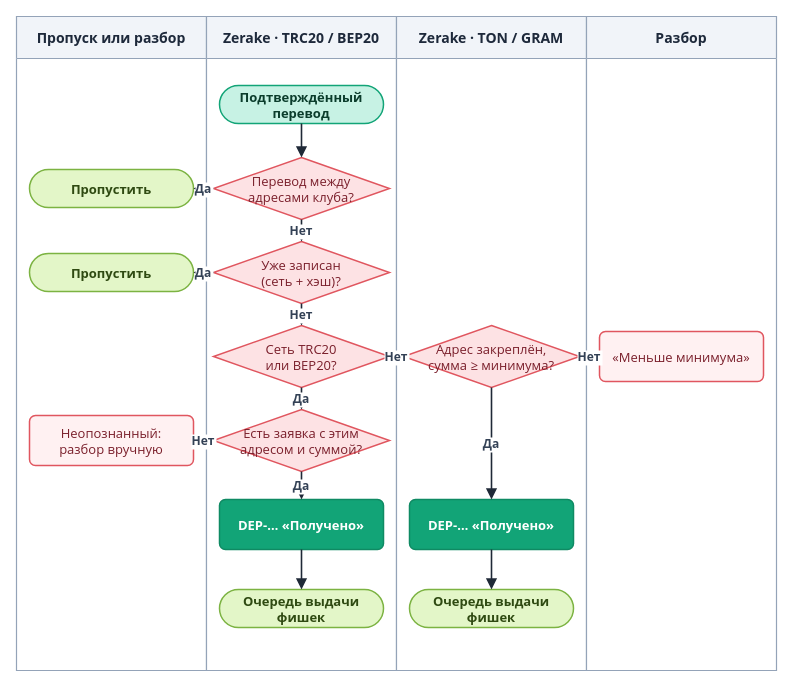
This is diagrams/drawio/detection.drawio from LILSUFFER/zerake-docs, a draw.io file, before an edit. Source tidied: cells renumbered, new cells numbered last; positions are measured from the earlier drawing's top-left corner, leaving out a move shared by most shapes. Both pictures are drawn from the tidied source at 100%, with x=0, y=0 at pixel (16, 16).
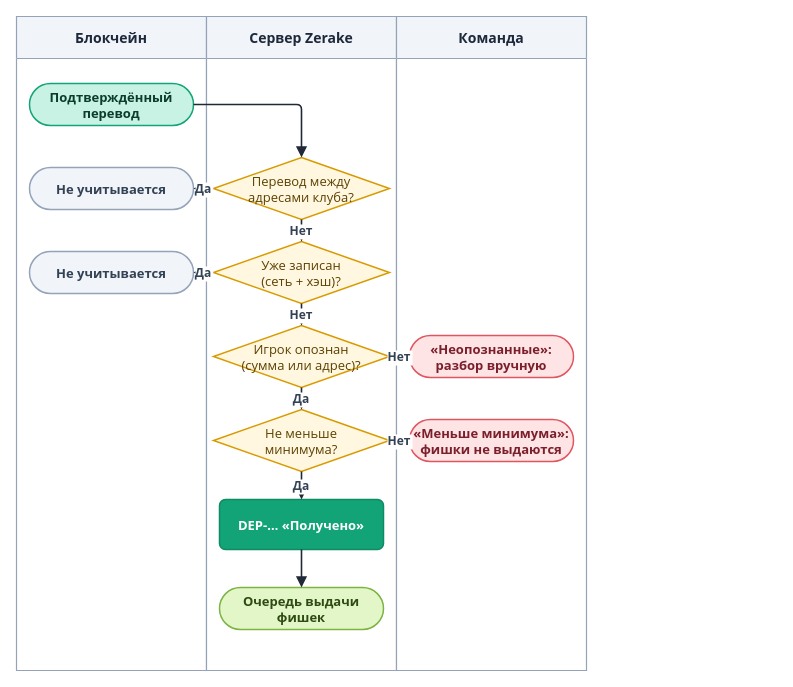
The same page after the edit.

The change refers to these unchanged cells:
```xml
<mxCell id="16" value="DEP-… «Получено»" style="rounded=1;arcSize=12;html=0;fillColor=#12A477;strokeColor=#0F8A63;fontColor=#FFFFFF;fontStyle=1;fontFamily=Segoe UI;fontSize=13;strokeWidth=1.5;" parent="1" vertex="1">
  <mxGeometry x="203" y="483" width="164" height="50" as="geometry" />
</mxCell>
```

Change to the diagram source:
```diff
@@
-    <mxCell id="2" value="Пропуск или разбор" style="swimlane;horizontal=1;startSize=42;fillColor=#F1F4F9;swimlaneFillColor=#FFFFFF;strokeColor=#94A3B8;fontColor=#1E293B;fontStyle=1;fontSize=14;fontFamily=Segoe UI;strokeWidth=1.2;" parent="1" vertex="1">
+    <mxCell id="2" value="Блокчейн" style="swimlane;horizontal=1;startSize=42;fillColor=#F1F4F9;swimlaneFillColor=#FFFFFF;strokeColor=#94A3B8;fontColor=#1E293B;fontStyle=1;fontSize=14;fontFamily=Segoe UI;strokeWidth=1.2;" parent="1" vertex="1">
       <mxGeometry width="190" height="654" as="geometry" />
     </mxCell>
-    <mxCell id="3" value="Zerake · TRC20 / BEP20" style="swimlane;horizontal=1;startSize=42;fillColor=#F1F4F9;swimlaneFillColor=#FFFFFF;strokeColor=#94A3B8;fontColor=#1E293B;fontStyle=1;fontSize=14;fontFamily=Segoe UI;strokeWidth=1.2;" parent="1" vertex="1">
+    <mxCell id="3" value="Сервер Zerake" style="swimlane;horizontal=1;startSize=42;fillColor=#F1F4F9;swimlaneFillColor=#FFFFFF;strokeColor=#94A3B8;fontColor=#1E293B;fontStyle=1;fontSize=14;fontFamily=Segoe UI;strokeWidth=1.2;" parent="1" vertex="1">
       <mxGeometry x="190" width="190" height="654" as="geometry" />
     </mxCell>
-    <mxCell id="4" value="Zerake · TON / GRAM" style="swimlane;horizontal=1;startSize=42;fillColor=#F1F4F9;swimlaneFillColor=#FFFFFF;strokeColor=#94A3B8;fontColor=#1E293B;fontStyle=1;fontSize=14;fontFamily=Segoe UI;strokeWidth=1.2;" parent="1" vertex="1">
+    <mxCell id="4" value="Команда" style="swimlane;horizontal=1;startSize=42;fillColor=#F1F4F9;swimlaneFillColor=#FFFFFF;strokeColor=#94A3B8;fontColor=#1E293B;fontStyle=1;fontSize=14;fontFamily=Segoe UI;strokeWidth=1.2;" parent="1" vertex="1">
       <mxGeometry x="380" width="190" height="654" as="geometry" />
     </mxCell>
-    <mxCell id="5" value="Разбор" style="swimlane;horizontal=1;startSize=42;fillColor=#F1F4F9;swimlaneFillColor=#FFFFFF;strokeColor=#94A3B8;fontColor=#1E293B;fontStyle=1;fontSize=14;fontFamily=Segoe UI;strokeWidth=1.2;" parent="1" vertex="1">
-      <mxGeometry x="570" width="190" height="654" as="geometry" />
-    </mxCell>
-    <mxCell id="6" value="Подтверждённый&#10;перевод" style="rounded=1;arcSize=50;html=0;fillColor=#C7F2E4;strokeColor=#12A477;fontColor=#0B3D2C;fontStyle=1;fontFamily=Segoe UI;fontSize=13;strokeWidth=1.5;" parent="1" vertex="1">
-      <mxGeometry x="203" y="69" width="164" height="38" as="geometry" />
+    <mxCell id="6" value="Подтверждённый&#10;перевод" style="rounded=1;arcSize=50;html=0;fontStyle=1;fillColor=#C7F2E4;strokeColor=#12A477;fontColor=#0B3D2C;fontFamily=Segoe UI;fontSize=13;strokeWidth=1.5;" parent="1" vertex="1">
+      <mxGeometry x="13" y="67" width="164" height="42" as="geometry" />
     </mxCell>
-    <mxCell id="7" value="Перевод между&#10;адресами клуба?" style="rhombus;html=0;fillColor=#FDE2E4;strokeColor=#E0565F;fontColor=#7A1F2B;fontFamily=Segoe UI;fontSize=13;strokeWidth=1.5;" parent="1" vertex="1">
+    <mxCell id="7" value="Перевод между&#10;адресами клуба?" style="rhombus;html=0;fillColor=#FFF7E0;strokeColor=#D99A00;fontColor=#5C4100;fontFamily=Segoe UI;fontSize=13;strokeWidth=1.5;" parent="1" vertex="1">
       <mxGeometry x="197" y="141" width="176" height="62" as="geometry" />
     </mxCell>
-    <mxCell id="8" value="Пропустить" style="rounded=1;arcSize=50;html=0;fillColor=#E3F6C8;strokeColor=#7CB342;fontColor=#2F4A12;fontStyle=1;fontFamily=Segoe UI;fontSize=13;strokeWidth=1.5;" parent="1" vertex="1">
-      <mxGeometry x="13" y="153" width="164" height="38" as="geometry" />
-    </mxCell>
+    <mxCell id="33" value="Не учитывается" style="rounded=1;arcSize=50;html=0;fontStyle=1;fillColor=#F1F5F9;strokeColor=#94A3B8;fontColor=#334155;fontFamily=Segoe UI;fontSize=13;strokeWidth=1.5;" parent="1" vertex="1">
+      <mxGeometry x="13" y="151" width="164" height="42" as="geometry" />
+    </mxCell>
-    <mxCell id="9" value="Уже записан&#10;(сеть + хэш)?" style="rhombus;html=0;fillColor=#FDE2E4;strokeColor=#E0565F;fontColor=#7A1F2B;fontFamily=Segoe UI;fontSize=13;strokeWidth=1.5;" parent="1" vertex="1">
+    <mxCell id="9" value="Уже записан&#10;(сеть + хэш)?" style="rhombus;html=0;fillColor=#FFF7E0;strokeColor=#D99A00;fontColor=#5C4100;fontFamily=Segoe UI;fontSize=13;strokeWidth=1.5;" parent="1" vertex="1">
       <mxGeometry x="197" y="225" width="176" height="62" as="geometry" />
     </mxCell>
-    <mxCell id="10" value="Пропустить" style="rounded=1;arcSize=50;html=0;fillColor=#E3F6C8;strokeColor=#7CB342;fontColor=#2F4A12;fontStyle=1;fontFamily=Segoe UI;fontSize=13;strokeWidth=1.5;" parent="1" vertex="1">
-      <mxGeometry x="13" y="237" width="164" height="38" as="geometry" />
-    </mxCell>
-    <mxCell id="11" value="Сеть TRC20&#10;или BEP20?" style="rhombus;html=0;fillColor=#FDE2E4;strokeColor=#E0565F;fontColor=#7A1F2B;fontFamily=Segoe UI;fontSize=13;strokeWidth=1.5;" parent="1" vertex="1">
-      <mxGeometry x="197" y="309" width="176" height="62" as="geometry" />
-    </mxCell>
+    <mxCell id="34" value="Не учитывается" style="rounded=1;arcSize=50;html=0;fontStyle=1;fillColor=#F1F5F9;strokeColor=#94A3B8;fontColor=#334155;fontFamily=Segoe UI;fontSize=13;strokeWidth=1.5;" parent="1" vertex="1">
+      <mxGeometry x="13" y="235" width="164" height="42" as="geometry" />
+    </mxCell>
+    <mxCell id="35" value="Игрок опознан&#10;(сумма или адрес)?" style="rhombus;html=0;fillColor=#FFF7E0;strokeColor=#D99A00;fontColor=#5C4100;fontFamily=Segoe UI;fontSize=13;strokeWidth=1.5;" parent="1" vertex="1">
+      <mxGeometry x="197" y="309" width="176" height="62" as="geometry" />
+    </mxCell>
+    <mxCell id="15" value="«Неопознанные»:&#10;разбор вручную" style="rounded=1;arcSize=50;html=0;fontStyle=1;fillColor=#FFE4E6;strokeColor=#E0565F;fontColor=#7A1F2B;fontFamily=Segoe UI;fontSize=13;strokeWidth=1.5;" parent="1" vertex="1">
+      <mxGeometry x="393" y="319" width="164" height="42" as="geometry" />
+    </mxCell>
-    <mxCell id="12" value="Адрес закреплён,&#10;сумма ≥ минимума?" style="rhombus;html=0;fillColor=#FDE2E4;strokeColor=#E0565F;fontColor=#7A1F2B;fontFamily=Segoe UI;fontSize=13;strokeWidth=1.5;" parent="1" vertex="1">
-      <mxGeometry x="387" y="309" width="176" height="62" as="geometry" />
+    <mxCell id="12" value="Не меньше&#10;минимума?" style="rhombus;html=0;fillColor=#FFF7E0;strokeColor=#D99A00;fontColor=#5C4100;fontFamily=Segoe UI;fontSize=13;strokeWidth=1.5;" parent="1" vertex="1">
+      <mxGeometry x="197" y="393" width="176" height="62" as="geometry" />
     </mxCell>
-    <mxCell id="13" value="«Меньше минимума»" style="rounded=1;arcSize=12;html=0;fillColor=#FFF1F2;strokeColor=#E0565F;fontColor=#7A1F2B;fontFamily=Segoe UI;fontSize=13;strokeWidth=1.5;" parent="1" vertex="1">
-      <mxGeometry x="583" y="315" width="164" height="50" as="geometry" />
+    <mxCell id="13" value="«Меньше минимума»:&#10;фишки не выдаются" style="rounded=1;arcSize=50;html=0;fontStyle=1;fillColor=#FFE4E6;strokeColor=#E0565F;fontColor=#7A1F2B;fontFamily=Segoe UI;fontSize=13;strokeWidth=1.5;" parent="1" vertex="1">
+      <mxGeometry x="393" y="403" width="164" height="42" as="geometry" />
     </mxCell>
-    <mxCell id="14" value="Есть заявка с этим&#10;адресом и суммой?" style="rhombus;html=0;fillColor=#FDE2E4;strokeColor=#E0565F;fontColor=#7A1F2B;fontFamily=Segoe UI;fontSize=13;strokeWidth=1.5;" parent="1" vertex="1">
-      <mxGeometry x="197" y="393" width="176" height="62" as="geometry" />
-    </mxCell>
-    <mxCell id="15" value="Неопознанный:&#10;разбор вручную" style="rounded=1;arcSize=12;html=0;fillColor=#FFF1F2;strokeColor=#E0565F;fontColor=#7A1F2B;fontFamily=Segoe UI;fontSize=13;strokeWidth=1.5;" parent="1" vertex="1">
-      <mxGeometry x="13" y="399" width="164" height="50" as="geometry" />
-    </mxCell>
@@
-    <mxCell id="17" value="DEP-… «Получено»" style="rounded=1;arcSize=12;html=0;fillColor=#12A477;strokeColor=#0F8A63;fontColor=#FFFFFF;fontStyle=1;fontFamily=Segoe UI;fontSize=13;strokeWidth=1.5;" parent="1" vertex="1">
-      <mxGeometry x="393" y="483" width="164" height="50" as="geometry" />
-    </mxCell>
-    <mxCell id="18" value="Очередь выдачи&#10;фишек" style="rounded=1;arcSize=50;html=0;fillColor=#E3F6C8;strokeColor=#7CB342;fontColor=#2F4A12;fontStyle=1;fontFamily=Segoe UI;fontSize=13;strokeWidth=1.5;" parent="1" vertex="1">
-      <mxGeometry x="203" y="573" width="164" height="38" as="geometry" />
-    </mxCell>
-    <mxCell id="19" value="Очередь выдачи&#10;фишек" style="rounded=1;arcSize=50;html=0;fillColor=#E3F6C8;strokeColor=#7CB342;fontColor=#2F4A12;fontStyle=1;fontFamily=Segoe UI;fontSize=13;strokeWidth=1.5;" parent="1" vertex="1">
-      <mxGeometry x="393" y="573" width="164" height="38" as="geometry" />
-    </mxCell>
+    <mxCell id="36" value="Очередь выдачи&#10;фишек" style="rounded=1;arcSize=50;html=0;fontStyle=1;fillColor=#E3F6C8;strokeColor=#7CB342;fontColor=#2F4A12;fontFamily=Segoe UI;fontSize=13;strokeWidth=1.5;" parent="1" vertex="1">
+      <mxGeometry x="203" y="571" width="164" height="42" as="geometry" />
+    </mxCell>
@@
-    <mxCell id="21" value="Да" style="edgeStyle=orthogonalEdgeStyle;rounded=1;arcSize=10;jettySize=auto;html=0;strokeColor=#1F2937;strokeWidth=1.6;endArrow=block;endFill=1;endSize=7;fontFamily=Segoe UI;fontSize=12;fontStyle=1;fontColor=#334155;labelBackgroundColor=#FFFFFF;" parent="1" edge="1" source="7" target="8">
+    <mxCell id="21" value="Да" style="edgeStyle=orthogonalEdgeStyle;rounded=1;arcSize=10;jettySize=auto;html=0;strokeColor=#1F2937;strokeWidth=1.6;endArrow=block;endFill=1;endSize=7;fontFamily=Segoe UI;fontSize=12;fontStyle=1;fontColor=#334155;labelBackgroundColor=#FFFFFF;" parent="1" edge="1" source="7" target="33">
       <mxGeometry relative="1" as="geometry" />
     </mxCell>
@@
-    <mxCell id="23" value="Да" style="edgeStyle=orthogonalEdgeStyle;rounded=1;arcSize=10;jettySize=auto;html=0;strokeColor=#1F2937;strokeWidth=1.6;endArrow=block;endFill=1;endSize=7;fontFamily=Segoe UI;fontSize=12;fontStyle=1;fontColor=#334155;labelBackgroundColor=#FFFFFF;" parent="1" edge="1" source="9" target="10">
+    <mxCell id="23" value="Да" style="edgeStyle=orthogonalEdgeStyle;rounded=1;arcSize=10;jettySize=auto;html=0;strokeColor=#1F2937;strokeWidth=1.6;endArrow=block;endFill=1;endSize=7;fontFamily=Segoe UI;fontSize=12;fontStyle=1;fontColor=#334155;labelBackgroundColor=#FFFFFF;" parent="1" edge="1" source="9" target="34">
       <mxGeometry relative="1" as="geometry" />
     </mxCell>
-    <mxCell id="24" value="Нет" style="edgeStyle=orthogonalEdgeStyle;rounded=1;arcSize=10;jettySize=auto;html=0;strokeColor=#1F2937;strokeWidth=1.6;endArrow=block;endFill=1;endSize=7;fontFamily=Segoe UI;fontSize=12;fontStyle=1;fontColor=#334155;labelBackgroundColor=#FFFFFF;" parent="1" edge="1" source="9" target="11">
+    <mxCell id="24" value="Нет" style="edgeStyle=orthogonalEdgeStyle;rounded=1;arcSize=10;jettySize=auto;html=0;strokeColor=#1F2937;strokeWidth=1.6;endArrow=block;endFill=1;endSize=7;fontFamily=Segoe UI;fontSize=12;fontStyle=1;fontColor=#334155;labelBackgroundColor=#FFFFFF;" parent="1" edge="1" source="9" target="35">
       <mxGeometry relative="1" as="geometry" />
     </mxCell>
-    <mxCell id="25" value="Нет" style="edgeStyle=orthogonalEdgeStyle;rounded=1;arcSize=10;jettySize=auto;html=0;strokeColor=#1F2937;strokeWidth=1.6;endArrow=block;endFill=1;endSize=7;fontFamily=Segoe UI;fontSize=12;fontStyle=1;fontColor=#334155;labelBackgroundColor=#FFFFFF;" parent="1" edge="1" source="11" target="12">
+    <mxCell id="25" value="Нет" style="edgeStyle=orthogonalEdgeStyle;rounded=1;arcSize=10;jettySize=auto;html=0;strokeColor=#1F2937;strokeWidth=1.6;endArrow=block;endFill=1;endSize=7;fontFamily=Segoe UI;fontSize=12;fontStyle=1;fontColor=#334155;labelBackgroundColor=#FFFFFF;" parent="1" edge="1" source="35" target="15">
       <mxGeometry relative="1" as="geometry" />
     </mxCell>
-    <mxCell id="26" value="Да" style="edgeStyle=orthogonalEdgeStyle;rounded=1;arcSize=10;jettySize=auto;html=0;strokeColor=#1F2937;strokeWidth=1.6;endArrow=block;endFill=1;endSize=7;fontFamily=Segoe UI;fontSize=12;fontStyle=1;fontColor=#334155;labelBackgroundColor=#FFFFFF;" parent="1" edge="1" source="11" target="14">
+    <mxCell id="26" value="Да" style="edgeStyle=orthogonalEdgeStyle;rounded=1;arcSize=10;jettySize=auto;html=0;strokeColor=#1F2937;strokeWidth=1.6;endArrow=block;endFill=1;endSize=7;fontFamily=Segoe UI;fontSize=12;fontStyle=1;fontColor=#334155;labelBackgroundColor=#FFFFFF;" parent="1" edge="1" source="35" target="12">
       <mxGeometry relative="1" as="geometry" />
     </mxCell>
@@
-    <mxCell id="28" value="Да" style="edgeStyle=orthogonalEdgeStyle;rounded=1;arcSize=10;jettySize=auto;html=0;strokeColor=#1F2937;strokeWidth=1.6;endArrow=block;endFill=1;endSize=7;fontFamily=Segoe UI;fontSize=12;fontStyle=1;fontColor=#334155;labelBackgroundColor=#FFFFFF;" parent="1" edge="1" source="12" target="17">
+    <mxCell id="28" value="Да" style="edgeStyle=orthogonalEdgeStyle;rounded=1;arcSize=10;jettySize=auto;html=0;strokeColor=#1F2937;strokeWidth=1.6;endArrow=block;endFill=1;endSize=7;fontFamily=Segoe UI;fontSize=12;fontStyle=1;fontColor=#334155;labelBackgroundColor=#FFFFFF;" parent="1" edge="1" source="12" target="16">
       <mxGeometry relative="1" as="geometry" />
     </mxCell>
-    <mxCell id="29" value="Да" style="edgeStyle=orthogonalEdgeStyle;rounded=1;arcSize=10;jettySize=auto;html=0;strokeColor=#1F2937;strokeWidth=1.6;endArrow=block;endFill=1;endSize=7;fontFamily=Segoe UI;fontSize=12;fontStyle=1;fontColor=#334155;labelBackgroundColor=#FFFFFF;" parent="1" edge="1" source="14" target="16">
+    <mxCell id="29" style="edgeStyle=orthogonalEdgeStyle;rounded=1;arcSize=10;jettySize=auto;html=0;strokeColor=#1F2937;strokeWidth=1.6;endArrow=block;endFill=1;endSize=7;fontFamily=Segoe UI;fontSize=12;fontStyle=1;fontColor=#334155;labelBackgroundColor=#FFFFFF;" parent="1" edge="1" source="16" target="36">
       <mxGeometry relative="1" as="geometry" />
     </mxCell>
-    <mxCell id="30" value="Нет" style="edgeStyle=orthogonalEdgeStyle;rounded=1;arcSize=10;jettySize=auto;html=0;strokeColor=#1F2937;strokeWidth=1.6;endArrow=block;endFill=1;endSize=7;fontFamily=Segoe UI;fontSize=12;fontStyle=1;fontColor=#334155;labelBackgroundColor=#FFFFFF;" parent="1" edge="1" source="14" target="15">
-      <mxGeometry relative="1" as="geometry" />
-    </mxCell>
-    <mxCell id="31" style="edgeStyle=orthogonalEdgeStyle;rounded=1;arcSize=10;jettySize=auto;html=0;strokeColor=#1F2937;strokeWidth=1.6;endArrow=block;endFill=1;endSize=7;fontFamily=Segoe UI;fontSize=12;fontStyle=1;fontColor=#334155;labelBackgroundColor=#FFFFFF;" parent="1" edge="1" source="16" target="18">
-      <mxGeometry relative="1" as="geometry" />
-    </mxCell>
-    <mxCell id="32" style="edgeStyle=orthogonalEdgeStyle;rounded=1;arcSize=10;jettySize=auto;html=0;strokeColor=#1F2937;strokeWidth=1.6;endArrow=block;endFill=1;endSize=7;fontFamily=Segoe UI;fontSize=12;fontStyle=1;fontColor=#334155;labelBackgroundColor=#FFFFFF;" parent="1" edge="1" source="17" target="19">
-      <mxGeometry relative="1" as="geometry" />
-    </mxCell>
```
